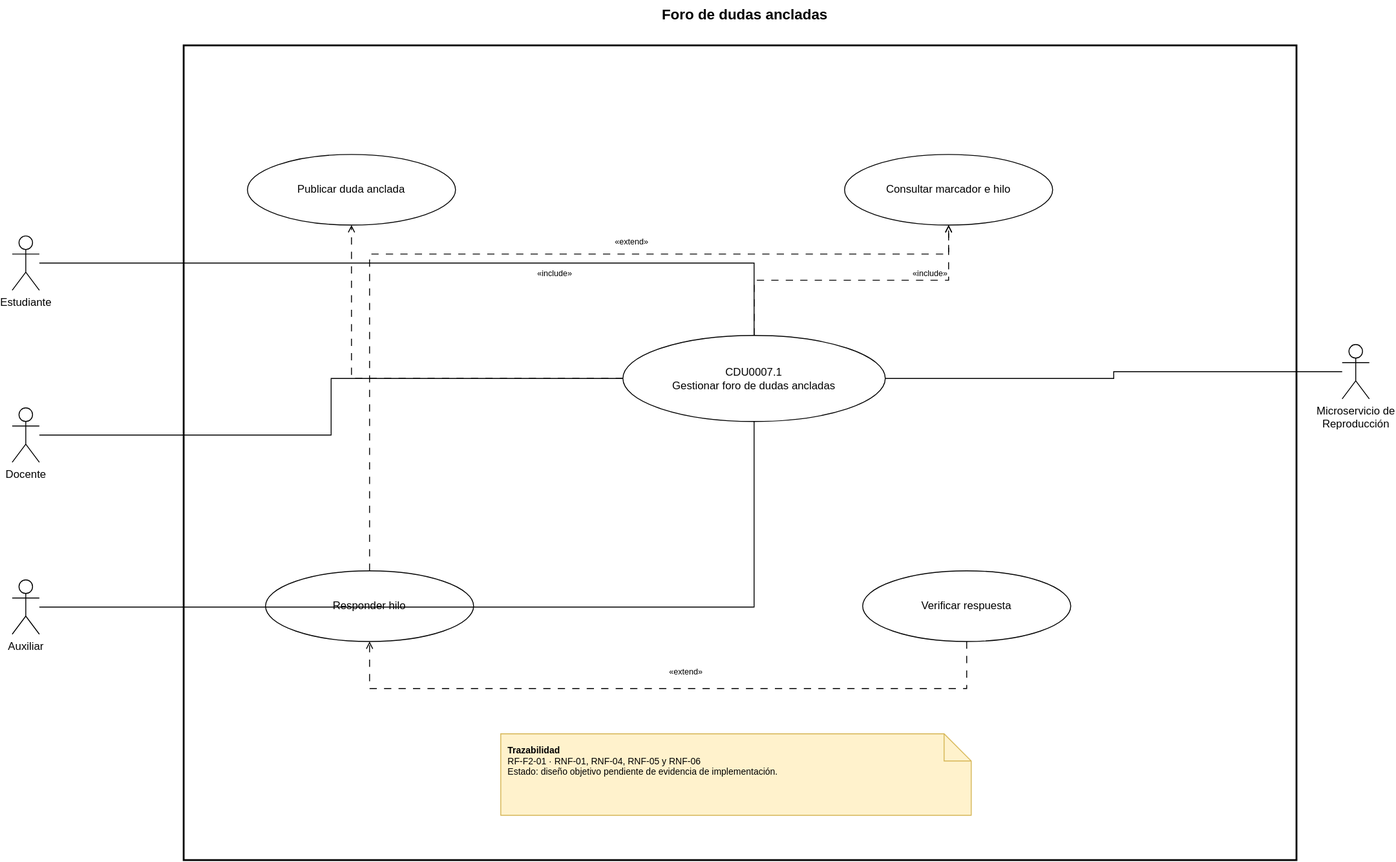
Earlier version of the draw.io export Documentacion/CDU/CDU_Expandido_CDU28_202307691.drawio.svg (thanya-gate/SA_PROYECTO_202307691). Source tidied: cells renumbered, new cells last; positions are measured from the earlier drawing's top-left corner, leaving out a move shared by most shapes.
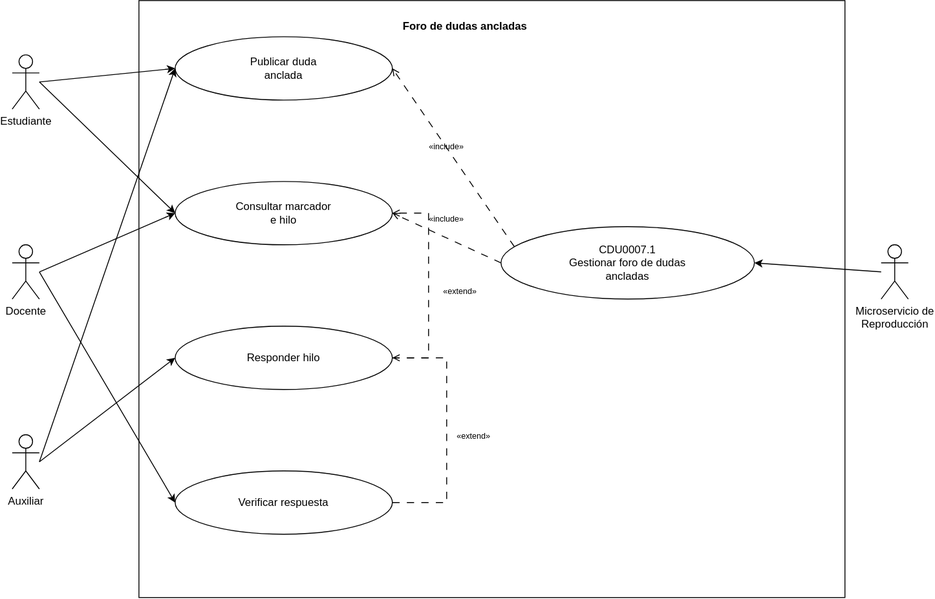
Later version of the same file.

Diff of the diagram source:
```diff
@@ -1,88 +1,96 @@
-<mxGraphModel>
+<mxGraphModel background="#ffffff">
   <root>
     <mxCell id="0" />
     <mxCell id="1" parent="0" />
-    <mxCell id="2" style="rounded=0;whiteSpace=wrap;html=1;fillColor=none;strokeWidth=2;" parent="1" vertex="1">
-      <mxGeometry x="190" y="50" width="1230" height="900" as="geometry" />
+    <mxCell id="2" style="html=1;whiteSpace=wrap;" parent="1" vertex="1">
+      <mxGeometry x="70" y="60" width="780" height="660" as="geometry" />
     </mxCell>
-    <mxCell id="3" value="Foro de dudas ancladas" style="text;html=1;whiteSpace=wrap;strokeColor=none;fillColor=none;align=center;verticalAlign=middle;fontStyle=1;fontSize=16;" parent="1" vertex="1">
-      <mxGeometry x="450" width="720" height="30" as="geometry" />
+    <mxCell id="3" value="Foro de dudas ancladas" style="text;align=center;fontStyle=1;verticalAlign=middle;spacingLeft=3;spacingRight=3;strokeColor=none;html=1;" parent="1" vertex="1">
+      <mxGeometry x="250" y="76" width="360" height="26" as="geometry" />
     </mxCell>
     <mxCell id="4" value="Estudiante" style="shape=umlActor;verticalLabelPosition=bottom;verticalAlign=top;html=1;" parent="1" vertex="1">
-      <mxGeometry y="260" width="30" height="60" as="geometry" />
+      <mxGeometry x="-70" y="120" width="30" height="60" as="geometry" />
     </mxCell>
     <mxCell id="5" value="Docente" style="shape=umlActor;verticalLabelPosition=bottom;verticalAlign=top;html=1;" parent="1" vertex="1">
-      <mxGeometry y="450" width="30" height="60" as="geometry" />
+      <mxGeometry x="-70" y="330" width="30" height="60" as="geometry" />
     </mxCell>
     <mxCell id="6" value="Auxiliar" style="shape=umlActor;verticalLabelPosition=bottom;verticalAlign=top;html=1;" parent="1" vertex="1">
-      <mxGeometry y="640" width="30" height="60" as="geometry" />
+      <mxGeometry x="-70" y="540" width="30" height="60" as="geometry" />
     </mxCell>
     <mxCell id="7" value="Microservicio de&lt;div&gt;Reproducción&lt;/div&gt;" style="shape=umlActor;verticalLabelPosition=bottom;verticalAlign=top;html=1;" parent="1" vertex="1">
-      <mxGeometry x="1470" y="380" width="30" height="60" as="geometry" />
+      <mxGeometry x="890" y="330" width="30" height="60" as="geometry" />
     </mxCell>
-    <mxCell id="8" value="&lt;div&gt;CDU0007.1&lt;/div&gt;&lt;div&gt;Gestionar foro de dudas ancladas&lt;/div&gt;" style="ellipse;whiteSpace=wrap;html=1;" parent="1" vertex="1">
-      <mxGeometry x="675" y="370" width="290" height="95" as="geometry" />
-    </mxCell>
-    <mxCell id="9" value="&lt;div&gt;Publicar duda anclada&lt;/div&gt;" style="ellipse;whiteSpace=wrap;html=1;" parent="1" vertex="1">
-      <mxGeometry x="260" y="170" width="230" height="78" as="geometry" />
+    <mxCell id="9" value="&lt;div&gt;Publicar duda&lt;/div&gt;&lt;div&gt;anclada&lt;/div&gt;" style="ellipse;whiteSpace=wrap;html=1;" parent="1" vertex="1">
+      <mxGeometry x="110" y="100" width="240" height="70" as="geometry" />
     </mxCell>
-    <mxCell id="10" value="&lt;div&gt;Consultar marcador e hilo&lt;/div&gt;" style="ellipse;whiteSpace=wrap;html=1;" parent="1" vertex="1">
-      <mxGeometry x="920" y="170" width="230" height="78" as="geometry" />
+    <mxCell id="10" value="&lt;div&gt;Consultar marcador&lt;/div&gt;&lt;div&gt;e hilo&lt;/div&gt;" style="ellipse;whiteSpace=wrap;html=1;" parent="1" vertex="1">
+      <mxGeometry x="110" y="260" width="240" height="70" as="geometry" />
     </mxCell>
     <mxCell id="11" value="&lt;div&gt;Responder hilo&lt;/div&gt;" style="ellipse;whiteSpace=wrap;html=1;" parent="1" vertex="1">
-      <mxGeometry x="280" y="630" width="230" height="78" as="geometry" />
+      <mxGeometry x="110" y="420" width="240" height="70" as="geometry" />
     </mxCell>
     <mxCell id="12" value="&lt;div&gt;Verificar respuesta&lt;/div&gt;" style="ellipse;whiteSpace=wrap;html=1;" parent="1" vertex="1">
-      <mxGeometry x="940" y="630" width="230" height="78" as="geometry" />
+      <mxGeometry x="110" y="580" width="240" height="70" as="geometry" />
     </mxCell>
-    <mxCell id="13" value="&lt;b&gt;Trazabilidad&lt;/b&gt;&lt;br&gt;RF-F2-01 · RNF-01, RNF-04, RNF-05 y RNF-06&lt;br&gt;Estado: diseño objetivo pendiente de evidencia de implementación." style="shape=note;whiteSpace=wrap;html=1;fillColor=#fff2cc;strokeColor=#d6b656;align=left;verticalAlign=top;spacing=8;fontSize=10;" parent="1" vertex="1">
-      <mxGeometry x="540" y="810" width="520" height="90" as="geometry" />
-    </mxCell>
+    <mxCell id="8" value="&lt;div&gt;CDU0007.1&lt;/div&gt;&lt;div&gt;Gestionar foro de dudas&lt;/div&gt;&lt;div&gt;ancladas&lt;/div&gt;" style="ellipse;whiteSpace=wrap;html=1;" parent="1" vertex="1">
+      <mxGeometry x="470" y="310" width="280" height="80" as="geometry" />
+    </mxCell>
-    <mxCell id="14" style="edgeStyle=orthogonalEdgeStyle;rounded=0;jettySize=auto;html=1;endArrow=none;" parent="1" edge="1" source="4" target="8">
+    <mxCell id="14" style="rounded=0;jettySize=auto;html=1;exitX=1;exitY=0.5;exitDx=0;exitDy=0;exitPerimeter=0;entryX=0;entryY=0.5;entryDx=0;entryDy=0;" parent="1" edge="1" source="4" target="9">
       <mxGeometry relative="1" as="geometry" />
     </mxCell>
-    <mxCell id="15" style="edgeStyle=orthogonalEdgeStyle;rounded=0;jettySize=auto;html=1;endArrow=none;" parent="1" edge="1" source="5" target="8">
+    <mxCell id="15" style="rounded=0;jettySize=auto;html=1;exitX=1;exitY=0.5;exitDx=0;exitDy=0;exitPerimeter=0;entryX=0;entryY=0.5;entryDx=0;entryDy=0;" parent="1" edge="1" source="4" target="10">
       <mxGeometry relative="1" as="geometry" />
     </mxCell>
-    <mxCell id="16" style="edgeStyle=orthogonalEdgeStyle;rounded=0;jettySize=auto;html=1;endArrow=none;" parent="1" edge="1" source="6" target="8">
+    <mxCell id="16" style="rounded=0;jettySize=auto;html=1;exitX=1;exitY=0.5;exitDx=0;exitDy=0;exitPerimeter=0;entryX=0;entryY=0.5;entryDx=0;entryDy=0;" parent="1" edge="1" source="5" target="10">
       <mxGeometry relative="1" as="geometry" />
     </mxCell>
-    <mxCell id="17" style="edgeStyle=orthogonalEdgeStyle;rounded=0;jettySize=auto;html=1;endArrow=none;" parent="1" edge="1" source="7" target="8">
+    <mxCell id="17" style="rounded=0;jettySize=auto;html=1;exitX=1;exitY=0.5;exitDx=0;exitDy=0;exitPerimeter=0;entryX=0;entryY=0.5;entryDx=0;entryDy=0;" parent="1" edge="1" source="5" target="12">
       <mxGeometry relative="1" as="geometry" />
     </mxCell>
+    <mxCell id="26" style="rounded=0;jettySize=auto;html=1;exitX=1;exitY=0.5;exitDx=0;exitDy=0;exitPerimeter=0;entryX=0;entryY=0.5;entryDx=0;entryDy=0;" parent="1" edge="1" source="6" target="9">
+      <mxGeometry relative="1" as="geometry" />
+    </mxCell>
+    <mxCell id="27" style="rounded=0;jettySize=auto;html=1;exitX=1;exitY=0.5;exitDx=0;exitDy=0;exitPerimeter=0;entryX=0;entryY=0.5;entryDx=0;entryDy=0;" parent="1" edge="1" source="6" target="11">
+      <mxGeometry relative="1" as="geometry" />
+    </mxCell>
+    <mxCell id="28" style="rounded=0;jettySize=auto;html=1;exitX=0;exitY=0.5;exitDx=0;exitDy=0;exitPerimeter=0;entryX=1;entryY=0.5;entryDx=0;entryDy=0;" parent="1" edge="1" source="7" target="8">
+      <mxGeometry relative="1" as="geometry" />
+    </mxCell>
-    <mxCell id="18" style="edgeStyle=orthogonalEdgeStyle;rounded=0;jettySize=auto;html=1;dashed=1;dashPattern=8 8;endArrow=open;endFill=0;" parent="1" edge="1" source="8" target="9">
+    <mxCell id="18" style="rounded=0;jettySize=auto;html=1;strokeWidth=1;dashPattern=8 8;dashed=1;endArrow=open;endFill=0;exitX=0;exitY=0.25;exitDx=0;exitDy=0;entryX=1;entryY=0.5;entryDx=0;entryDy=0;" parent="1" edge="1" source="8" target="9">
       <mxGeometry relative="1" as="geometry" />
     </mxCell>
-    <mxCell id="19" value="«include»" style="text;html=1;whiteSpace=wrap;strokeColor=none;fillColor=none;align=center;verticalAlign=middle;fontSize=9;" parent="1" vertex="1">
-      <mxGeometry x="565" y="290" width="70" height="24" as="geometry" />
+    <mxCell id="19" value="«include»" style="text;html=1;whiteSpace=wrap;strokeColor=none;fillColor=none;align=center;verticalAlign=middle;rounded=0;fontSize=9;" parent="1" vertex="1">
+      <mxGeometry x="375" y="210" width="70" height="24" as="geometry" />
     </mxCell>
-    <mxCell id="20" style="edgeStyle=orthogonalEdgeStyle;rounded=0;jettySize=auto;html=1;dashed=1;dashPattern=8 8;endArrow=open;endFill=0;" parent="1" edge="1" source="8" target="10">
+    <mxCell id="20" style="rounded=0;jettySize=auto;html=1;strokeWidth=1;dashPattern=8 8;dashed=1;endArrow=open;endFill=0;exitX=0;exitY=0.5;exitDx=0;exitDy=0;entryX=1;entryY=0.5;entryDx=0;entryDy=0;" parent="1" edge="1" source="8" target="10">
       <mxGeometry relative="1" as="geometry" />
     </mxCell>
-    <mxCell id="21" value="«include»" style="text;html=1;whiteSpace=wrap;strokeColor=none;fillColor=none;align=center;verticalAlign=middle;fontSize=9;" parent="1" vertex="1">
-      <mxGeometry x="980" y="290" width="70" height="24" as="geometry" />
+    <mxCell id="21" value="«include»" style="text;html=1;whiteSpace=wrap;strokeColor=none;fillColor=none;align=center;verticalAlign=middle;rounded=0;fontSize=9;" parent="1" vertex="1">
+      <mxGeometry x="375" y="290" width="70" height="24" as="geometry" />
     </mxCell>
-    <mxCell id="22" style="edgeStyle=orthogonalEdgeStyle;rounded=0;jettySize=auto;html=1;dashed=1;dashPattern=8 8;endArrow=open;endFill=0;exitX=0.5;exitY=0;entryX=0.5;entryY=1;" parent="1" edge="1" source="11" target="10">
+    <mxCell id="22" style="rounded=0;jettySize=auto;html=1;strokeWidth=1;dashPattern=8 8;dashed=1;endArrow=open;endFill=0;exitX=1;exitY=0.5;exitDx=0;exitDy=0;entryX=1;entryY=0.5;entryDx=0;entryDy=0;" parent="1" edge="1" source="11" target="10">
       <mxGeometry relative="1" as="geometry">
         <Array as="points">
-          <mxPoint x="395" y="280" />
-          <mxPoint x="1035" y="280" />
+          <mxPoint x="390" y="455" />
+          <mxPoint x="390" y="295" />
+          <mxPoint x="350" y="295" />
         </Array>
       </mxGeometry>
     </mxCell>
-    <mxCell id="23" value="«extend»" style="text;html=1;whiteSpace=wrap;strokeColor=none;fillColor=none;align=center;verticalAlign=middle;fontSize=9;" parent="1" vertex="1">
-      <mxGeometry x="650" y="255" width="70" height="24" as="geometry" />
+    <mxCell id="23" value="«extend»" style="text;html=1;whiteSpace=wrap;strokeColor=none;fillColor=none;align=center;verticalAlign=middle;rounded=0;fontSize=9;" parent="1" vertex="1">
+      <mxGeometry x="390" y="370" width="70" height="24" as="geometry" />
     </mxCell>
-    <mxCell id="24" style="edgeStyle=orthogonalEdgeStyle;rounded=0;jettySize=auto;html=1;dashed=1;dashPattern=8 8;endArrow=open;endFill=0;exitX=0.5;exitY=1;entryX=0.5;entryY=1;" parent="1" edge="1" source="12" target="11">
+    <mxCell id="24" style="rounded=0;jettySize=auto;html=1;strokeWidth=1;dashPattern=8 8;dashed=1;endArrow=open;endFill=0;exitX=1;exitY=0.5;exitDx=0;exitDy=0;entryX=1;entryY=0.5;entryDx=0;entryDy=0;" parent="1" edge="1" source="12" target="11">
       <mxGeometry relative="1" as="geometry">
         <Array as="points">
-          <mxPoint x="1055" y="760" />
-          <mxPoint x="395" y="760" />
+          <mxPoint x="410" y="615" />
+          <mxPoint x="410" y="455" />
+          <mxPoint x="350" y="455" />
         </Array>
       </mxGeometry>
     </mxCell>
-    <mxCell id="25" value="«extend»" style="text;html=1;whiteSpace=wrap;strokeColor=none;fillColor=none;align=center;verticalAlign=middle;fontSize=9;" parent="1" vertex="1">
-      <mxGeometry x="710" y="730" width="70" height="24" as="geometry" />
+    <mxCell id="25" value="«extend»" style="text;html=1;whiteSpace=wrap;strokeColor=none;fillColor=none;align=center;verticalAlign=middle;rounded=0;fontSize=9;" parent="1" vertex="1">
+      <mxGeometry x="405" y="530" width="70" height="24" as="geometry" />
     </mxCell>
   </root>
 </mxGraphModel>
```
